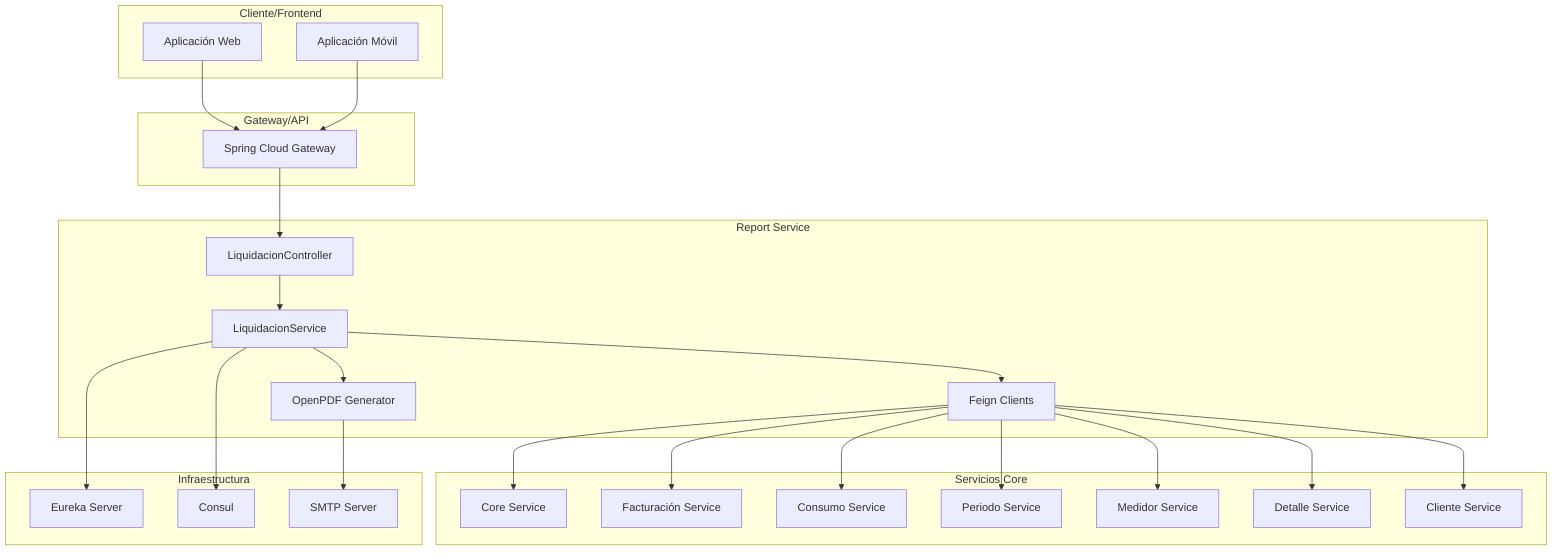
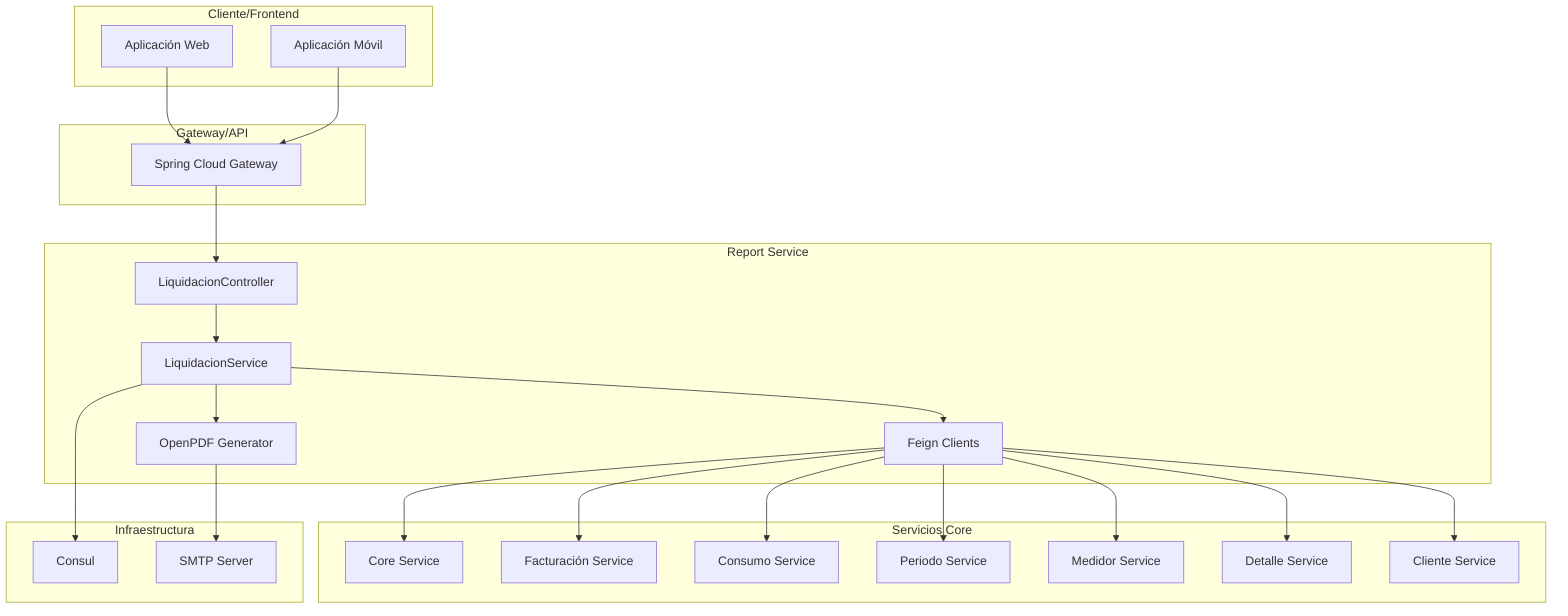
graph TD
    subgraph "Cliente/Frontend"
        WEB[Aplicación Web]
        MOBILE[Aplicación Móvil]
    end

    subgraph "Gateway/API"
        GATEWAY[Spring Cloud Gateway]
    end

    subgraph "Servicios Core"
        CORE[Core Service]
        FACT[Facturación Service]
        CONSUMO[Consumo Service]
        PERIODO[Periodo Service]
        MEDIDOR[Medidor Service]
        DETALLE[Detalle Service]
        CLIENTE[Cliente Service]
    end

    subgraph "Infraestructura"
-         EUREKA[Eureka Server]
        CONSUL[Consul]
        MAIL[SMTP Server]
    end

    subgraph "Report Service"
        CTRL[LiquidacionController]
        SERVICE[LiquidacionService]
        CLIENT[Feign Clients]
        PDF[OpenPDF Generator]
    end

    WEB --> GATEWAY
    MOBILE --> GATEWAY
    GATEWAY --> CTRL
    CTRL --> SERVICE
    SERVICE --> CLIENT
    CLIENT --> CORE
    CLIENT --> FACT
    CLIENT --> CONSUMO
    CLIENT --> PERIODO
    CLIENT --> MEDIDOR
    CLIENT --> DETALLE
    CLIENT --> CLIENTE
    SERVICE --> PDF
    PDF --> MAIL
-     SERVICE --> EUREKA
    SERVICE --> CONSUL